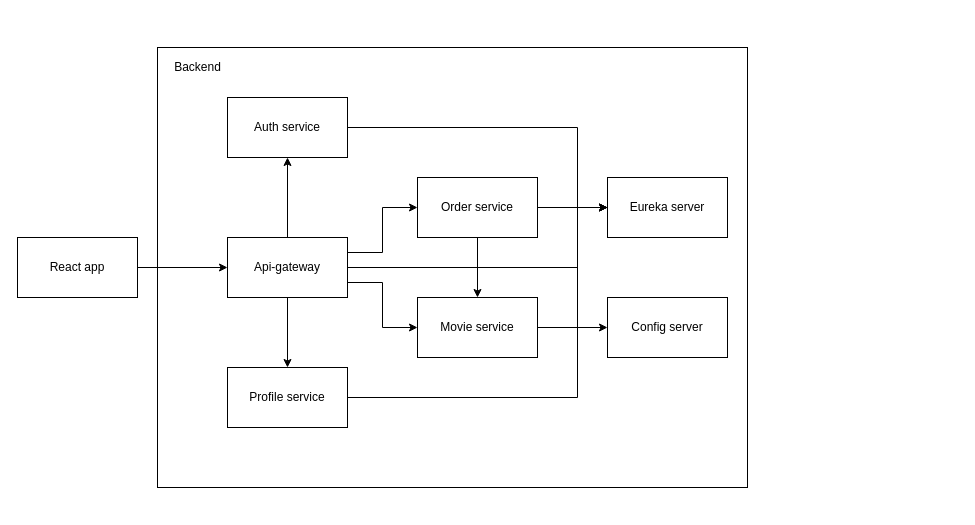
Before: docs/Service_dependencies.drawio in ArtemK123/Ticket_Flow, a draw.io diagram. Source tidied: cells renumbered, new cells numbered last; positions are measured from the earlier drawing's top-left corner, leaving out a move shared by most shapes. Both pictures are drawn from the tidied source at 100%, with x=0, y=0 at pixel (17, 47).
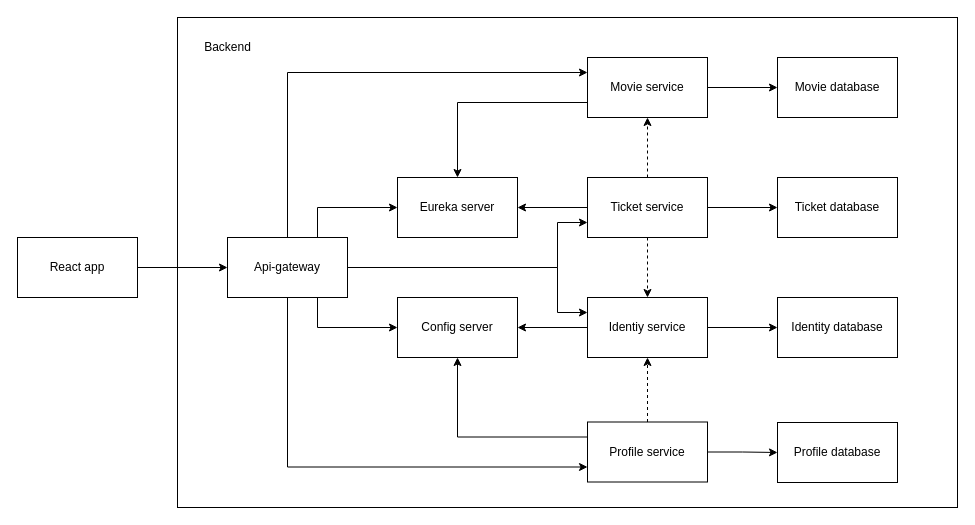
After the change.

Commit message (it also covers changes not shown here):
Edited existing diagrams and added database_entities diagram

The change refers to these unchanged cells:
```xml
<mxCell id="10" value="Api-gateway" style="rounded=0;whiteSpace=wrap;html=1;" parent="1" vertex="1">
  <mxGeometry x="210" y="190" width="120" height="60" as="geometry" />
</mxCell>
```

Diff of the diagram source:
```diff
@@
     <mxCell id="2" style="rounded=0;whiteSpace=wrap;html=1;glass=0;shadow=0;" parent="1" vertex="1">
-      <mxGeometry x="140" width="590" height="440" as="geometry" />
+      <mxGeometry x="160" y="-30" width="780" height="490" as="geometry" />
     </mxCell>
@@
+    <mxCell id="8" style="edgeStyle=orthogonalEdgeStyle;rounded=0;jettySize=auto;html=1;exitX=1;exitY=0.5;exitDx=0;exitDy=0;entryX=0;entryY=0.75;entryDx=0;entryDy=0;" parent="1" edge="1" source="10" target="19">
+      <mxGeometry relative="1" as="geometry">
+        <Array as="points">
+          <mxPoint x="540" y="220" />
+          <mxPoint x="540" y="175" />
+        </Array>
+      </mxGeometry>
+    </mxCell>
-    <mxCell id="5" style="edgeStyle=orthogonalEdgeStyle;rounded=0;jettySize=auto;html=1;exitX=0.5;exitY=0;exitDx=0;exitDy=0;" parent="1" edge="1" source="10" target="12">
-      <mxGeometry relative="1" as="geometry" />
+    <mxCell id="5" style="edgeStyle=orthogonalEdgeStyle;rounded=0;jettySize=auto;html=1;exitX=1;exitY=0.5;exitDx=0;exitDy=0;entryX=0;entryY=0.25;entryDx=0;entryDy=0;" parent="1" edge="1" source="10" target="12">
+      <mxGeometry relative="1" as="geometry">
+        <Array as="points">
+          <mxPoint x="540" y="220" />
+          <mxPoint x="540" y="265" />
+        </Array>
+      </mxGeometry>
     </mxCell>
+    <mxCell id="7" style="edgeStyle=orthogonalEdgeStyle;rounded=0;jettySize=auto;html=1;exitX=0.5;exitY=0;exitDx=0;exitDy=0;entryX=0;entryY=0.25;entryDx=0;entryDy=0;" parent="1" edge="1" source="10" target="17">
+      <mxGeometry relative="1" as="geometry" />
+    </mxCell>
-    <mxCell id="6" style="edgeStyle=orthogonalEdgeStyle;rounded=0;jettySize=auto;html=1;exitX=0.5;exitY=1;exitDx=0;exitDy=0;entryX=0.5;entryY=0;entryDx=0;entryDy=0;" parent="1" edge="1" source="10" target="14">
+    <mxCell id="6" style="edgeStyle=orthogonalEdgeStyle;rounded=0;jettySize=auto;html=1;exitX=0.5;exitY=1;exitDx=0;exitDy=0;entryX=0;entryY=0.75;entryDx=0;entryDy=0;" parent="1" edge="1" source="10" target="14">
       <mxGeometry relative="1" as="geometry" />
     </mxCell>
-    <mxCell id="7" style="edgeStyle=orthogonalEdgeStyle;rounded=0;jettySize=auto;html=1;exitX=1;exitY=0.25;exitDx=0;exitDy=0;entryX=0;entryY=0.5;entryDx=0;entryDy=0;" parent="1" edge="1" source="10" target="17">
-      <mxGeometry relative="1" as="geometry" />
-    </mxCell>
-    <mxCell id="8" style="edgeStyle=orthogonalEdgeStyle;rounded=0;jettySize=auto;html=1;exitX=1;exitY=0.75;exitDx=0;exitDy=0;entryX=0;entryY=0.5;entryDx=0;entryDy=0;" parent="1" edge="1" source="10" target="19">
-      <mxGeometry relative="1" as="geometry" />
-    </mxCell>
+    <mxCell id="23" style="edgeStyle=orthogonalEdgeStyle;rounded=0;jettySize=auto;html=1;exitX=0.75;exitY=1;exitDx=0;exitDy=0;entryX=0;entryY=0.5;entryDx=0;entryDy=0;" parent="1" edge="1" source="10" target="21">
+      <mxGeometry relative="1" as="geometry" />
+    </mxCell>
-    <mxCell id="9" style="edgeStyle=orthogonalEdgeStyle;rounded=0;jettySize=auto;html=1;exitX=1;exitY=0.5;exitDx=0;exitDy=0;entryX=0;entryY=0.5;entryDx=0;entryDy=0;" parent="1" edge="1" source="10" target="20">
-      <mxGeometry relative="1" as="geometry">
-        <Array as="points">
-          <mxPoint x="560" y="220" />
-          <mxPoint x="560" y="160" />
-        </Array>
-      </mxGeometry>
+    <mxCell id="9" style="edgeStyle=orthogonalEdgeStyle;rounded=0;jettySize=auto;html=1;exitX=0.75;exitY=0;exitDx=0;exitDy=0;entryX=0;entryY=0.5;entryDx=0;entryDy=0;" parent="1" edge="1" source="10" target="20">
+      <mxGeometry relative="1" as="geometry" />
     </mxCell>
@@
-    <mxCell id="11" style="edgeStyle=orthogonalEdgeStyle;rounded=0;jettySize=auto;html=1;exitX=1;exitY=0.5;exitDx=0;exitDy=0;entryX=0;entryY=0.5;entryDx=0;entryDy=0;" parent="1" edge="1" source="12" target="20">
-      <mxGeometry relative="1" as="geometry">
-        <Array as="points">
-          <mxPoint x="560" y="80" />
-          <mxPoint x="560" y="160" />
-        </Array>
-      </mxGeometry>
-    </mxCell>
+    <mxCell id="24" style="edgeStyle=orthogonalEdgeStyle;rounded=0;jettySize=auto;html=1;exitX=0;exitY=0.5;exitDx=0;exitDy=0;entryX=1;entryY=0.5;entryDx=0;entryDy=0;" parent="1" edge="1" source="12" target="21">
+      <mxGeometry relative="1" as="geometry" />
+    </mxCell>
+    <mxCell id="25" style="edgeStyle=orthogonalEdgeStyle;rounded=0;jettySize=auto;html=1;exitX=1;exitY=0.5;exitDx=0;exitDy=0;entryX=0;entryY=0.5;entryDx=0;entryDy=0;" parent="1" edge="1" source="12" target="34">
+      <mxGeometry relative="1" as="geometry" />
+    </mxCell>
-    <mxCell id="12" value="Auth service" style="rounded=0;whiteSpace=wrap;html=1;" parent="1" vertex="1">
-      <mxGeometry x="210" y="50" width="120" height="60" as="geometry" />
+    <mxCell id="12" value="Identiy service" style="rounded=0;whiteSpace=wrap;html=1;" parent="1" vertex="1">
+      <mxGeometry x="570" y="250" width="120" height="60" as="geometry" />
     </mxCell>
-    <mxCell id="13" style="edgeStyle=orthogonalEdgeStyle;rounded=0;jettySize=auto;html=1;exitX=1;exitY=0.5;exitDx=0;exitDy=0;entryX=0;entryY=0.5;entryDx=0;entryDy=0;" parent="1" edge="1" source="14" target="20">
-      <mxGeometry relative="1" as="geometry">
-        <Array as="points">
-          <mxPoint x="560" y="350" />
-          <mxPoint x="560" y="160" />
-        </Array>
-      </mxGeometry>
-    </mxCell>
+    <mxCell id="26" style="edgeStyle=orthogonalEdgeStyle;rounded=0;jettySize=auto;html=1;exitX=0;exitY=0.25;exitDx=0;exitDy=0;" parent="1" edge="1" source="14" target="21">
+      <mxGeometry relative="1" as="geometry" />
+    </mxCell>
+    <mxCell id="27" style="edgeStyle=orthogonalEdgeStyle;rounded=0;jettySize=auto;html=1;exitX=1;exitY=0.5;exitDx=0;exitDy=0;entryX=0;entryY=0.5;entryDx=0;entryDy=0;" parent="1" edge="1" source="14" target="35">
+      <mxGeometry relative="1" as="geometry" />
+    </mxCell>
+    <mxCell id="28" style="edgeStyle=orthogonalEdgeStyle;rounded=0;jettySize=auto;html=1;exitX=0.5;exitY=0;exitDx=0;exitDy=0;entryX=0.5;entryY=1;entryDx=0;entryDy=0;dashed=1;" parent="1" edge="1" source="14" target="12">
+      <mxGeometry relative="1" as="geometry" />
+    </mxCell>
     <mxCell id="14" value="Profile service" style="rounded=0;whiteSpace=wrap;html=1;" parent="1" vertex="1">
-      <mxGeometry x="210" y="320" width="120" height="60" as="geometry" />
+      <mxGeometry x="570" y="374.5" width="120" height="60" as="geometry" />
     </mxCell>
-    <mxCell id="15" style="edgeStyle=orthogonalEdgeStyle;rounded=0;jettySize=auto;html=1;exitX=1;exitY=0.5;exitDx=0;exitDy=0;" parent="1" edge="1" source="17" target="20">
+    <mxCell id="15" style="edgeStyle=orthogonalEdgeStyle;rounded=0;jettySize=auto;html=1;exitX=0;exitY=0.75;exitDx=0;exitDy=0;entryX=0.5;entryY=0;entryDx=0;entryDy=0;" parent="1" edge="1" source="17" target="20">
       <mxGeometry relative="1" as="geometry" />
     </mxCell>
-    <mxCell id="16" style="edgeStyle=orthogonalEdgeStyle;rounded=0;jettySize=auto;html=1;exitX=0.5;exitY=1;exitDx=0;exitDy=0;" parent="1" edge="1" source="17" target="19">
-      <mxGeometry relative="1" as="geometry">
-        <Array as="points">
-          <mxPoint x="460" y="220" />
-          <mxPoint x="460" y="220" />
-        </Array>
-      </mxGeometry>
-    </mxCell>
+    <mxCell id="29" style="edgeStyle=orthogonalEdgeStyle;rounded=0;jettySize=auto;html=1;exitX=1;exitY=0.5;exitDx=0;exitDy=0;entryX=0;entryY=0.5;entryDx=0;entryDy=0;" parent="1" edge="1" source="17" target="37">
+      <mxGeometry relative="1" as="geometry" />
+    </mxCell>
-    <mxCell id="17" value="Order service" style="rounded=0;whiteSpace=wrap;html=1;" parent="1" vertex="1">
-      <mxGeometry x="400" y="130" width="120" height="60" as="geometry" />
+    <mxCell id="17" value="Movie service" style="rounded=0;whiteSpace=wrap;html=1;" parent="1" vertex="1">
+      <mxGeometry x="570" y="10" width="120" height="60" as="geometry" />
     </mxCell>
-    <mxCell id="18" style="edgeStyle=orthogonalEdgeStyle;rounded=0;jettySize=auto;html=1;exitX=1;exitY=0.5;exitDx=0;exitDy=0;" parent="1" edge="1" source="19" target="21">
-      <mxGeometry relative="1" as="geometry" />
-    </mxCell>
+    <mxCell id="30" style="edgeStyle=orthogonalEdgeStyle;rounded=0;jettySize=auto;html=1;exitX=0;exitY=0.5;exitDx=0;exitDy=0;entryX=1;entryY=0.5;entryDx=0;entryDy=0;" parent="1" edge="1" source="19" target="20">
+      <mxGeometry relative="1" as="geometry" />
+    </mxCell>
+    <mxCell id="31" style="edgeStyle=orthogonalEdgeStyle;rounded=0;jettySize=auto;html=1;exitX=1;exitY=0.5;exitDx=0;exitDy=0;entryX=0;entryY=0.5;entryDx=0;entryDy=0;" parent="1" edge="1" source="19" target="36">
+      <mxGeometry relative="1" as="geometry" />
+    </mxCell>
+    <mxCell id="32" style="edgeStyle=orthogonalEdgeStyle;rounded=0;jettySize=auto;html=1;exitX=0.5;exitY=1;exitDx=0;exitDy=0;entryX=0.5;entryY=0;entryDx=0;entryDy=0;dashed=1;" parent="1" edge="1" source="19" target="12">
+      <mxGeometry relative="1" as="geometry" />
+    </mxCell>
+    <mxCell id="33" style="edgeStyle=orthogonalEdgeStyle;rounded=0;jettySize=auto;html=1;exitX=0.5;exitY=0;exitDx=0;exitDy=0;dashed=1;" parent="1" edge="1" source="19" target="17">
+      <mxGeometry relative="1" as="geometry" />
+    </mxCell>
-    <mxCell id="19" value="Movie service" style="rounded=0;whiteSpace=wrap;html=1;" parent="1" vertex="1">
-      <mxGeometry x="400" y="250" width="120" height="60" as="geometry" />
+    <mxCell id="19" value="Ticket service" style="rounded=0;whiteSpace=wrap;html=1;" parent="1" vertex="1">
+      <mxGeometry x="570" y="130" width="120" height="60" as="geometry" />
     </mxCell>
     <mxCell id="20" value="Eureka server" style="rounded=0;whiteSpace=wrap;html=1;" parent="1" vertex="1">
-      <mxGeometry x="590" y="130" width="120" height="60" as="geometry" />
+      <mxGeometry x="380" y="130" width="120" height="60" as="geometry" />
     </mxCell>
     <mxCell id="21" value="Config server" style="rounded=0;whiteSpace=wrap;html=1;" parent="1" vertex="1">
-      <mxGeometry x="590" y="250" width="120" height="60" as="geometry" />
+      <mxGeometry x="380" y="250" width="120" height="60" as="geometry" />
     </mxCell>
     <mxCell id="22" value="Backend" style="text;html=1;align=center;verticalAlign=middle;" parent="1" vertex="1">
-      <mxGeometry x="150" y="10" width="60" height="20" as="geometry" />
+      <mxGeometry x="180" y="-10" width="60" height="20" as="geometry" />
     </mxCell>
+    <mxCell id="34" value="Identity database" style="rounded=0;whiteSpace=wrap;html=1;" parent="1" vertex="1">
+      <mxGeometry x="760" y="250" width="120" height="60" as="geometry" />
+    </mxCell>
+    <mxCell id="35" value="Profile database" style="rounded=0;whiteSpace=wrap;html=1;" parent="1" vertex="1">
+      <mxGeometry x="760" y="375" width="120" height="60" as="geometry" />
+    </mxCell>
+    <mxCell id="36" value="Ticket database" style="rounded=0;whiteSpace=wrap;html=1;" parent="1" vertex="1">
+      <mxGeometry x="760" y="130" width="120" height="60" as="geometry" />
+    </mxCell>
+    <mxCell id="37" value="Movie database" style="rounded=0;whiteSpace=wrap;html=1;" parent="1" vertex="1">
+      <mxGeometry x="760" y="10" width="120" height="60" as="geometry" />
+    </mxCell>
```
